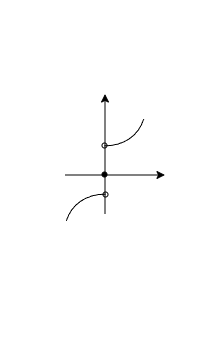
This is pic/一个在原点发生跳跃的奇函数图像.drawio.png from guxdong/imgrepo, a draw.io export, as it was before one commit. Source tidied: cells renumbered, new cells last; positions are measured from the earlier drawing's top-left corner, leaving out a move shared by most shapes.
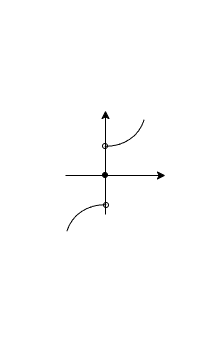
Later version of the same file.

Commit message:
更新一个在原点发生跳跃的奇函数图像.drawio.png

What changed in the source:
```diff
@@ -11,23 +11,26 @@
     <mxCell id="3" style="endArrow=classic;html=1;rounded=0;" parent="1" edge="1">
       <mxGeometry relative="1" as="geometry">
         <mxPoint x="70" y="199" as="sourcePoint" />
-        <mxPoint x="70" y="79" as="targetPoint" />
+        <mxPoint x="70" y="95" as="targetPoint" />
       </mxGeometry>
     </mxCell>
     <mxCell id="4" style="verticalLabelPosition=bottom;verticalAlign=top;html=1;shape=mxgraph.basic.arc;startAngle=0.9435986841389988;endAngle=0.1;rotation=-225;" parent="1" vertex="1">
       <mxGeometry width="100" height="140" as="geometry" />
     </mxCell>
-    <mxCell id="5" style="verticalLabelPosition=bottom;verticalAlign=top;html=1;shape=mxgraph.basic.arc;startAngle=0.9435986841389988;endAngle=0.1;rotation=-45;" parent="1" vertex="1">
-      <mxGeometry x="40" y="170" width="100" height="140" as="geometry" />
-    </mxCell>
     <mxCell id="6" style="ellipse;whiteSpace=wrap;html=1;fillColor=#000000;" parent="1" vertex="1">
       <mxGeometry x="67" y="157" width="5" height="5" as="geometry" />
     </mxCell>
     <mxCell id="7" style="ellipse;whiteSpace=wrap;html=1;fillColor=none;" parent="1" vertex="1">
       <mxGeometry x="67" y="128" width="5" height="5" as="geometry" />
     </mxCell>
+    <mxCell id="9" style="group;" parent="1" vertex="1">
+      <mxGeometry x="5.1" y="165.1" width="169.7" height="169.7" as="geometry" />
+    </mxCell>
+    <mxCell id="5" style="verticalLabelPosition=bottom;verticalAlign=top;html=1;shape=mxgraph.basic.arc;startAngle=0.9435986841389988;endAngle=0.1;rotation=-45;" parent="9" vertex="1">
+      <mxGeometry x="34.9" y="14.9" width="100" height="140" as="geometry" />
+    </mxCell>
-    <mxCell id="8" style="ellipse;whiteSpace=wrap;html=1;fillColor=none;" parent="1" vertex="1">
-      <mxGeometry x="68" y="177" width="5" height="5" as="geometry" />
+    <mxCell id="8" style="ellipse;whiteSpace=wrap;html=1;fillColor=none;" parent="9" vertex="1">
+      <mxGeometry x="62.9" y="21.9" width="5" height="5" as="geometry" />
     </mxCell>
   </root>
 </mxGraphModel>
```
